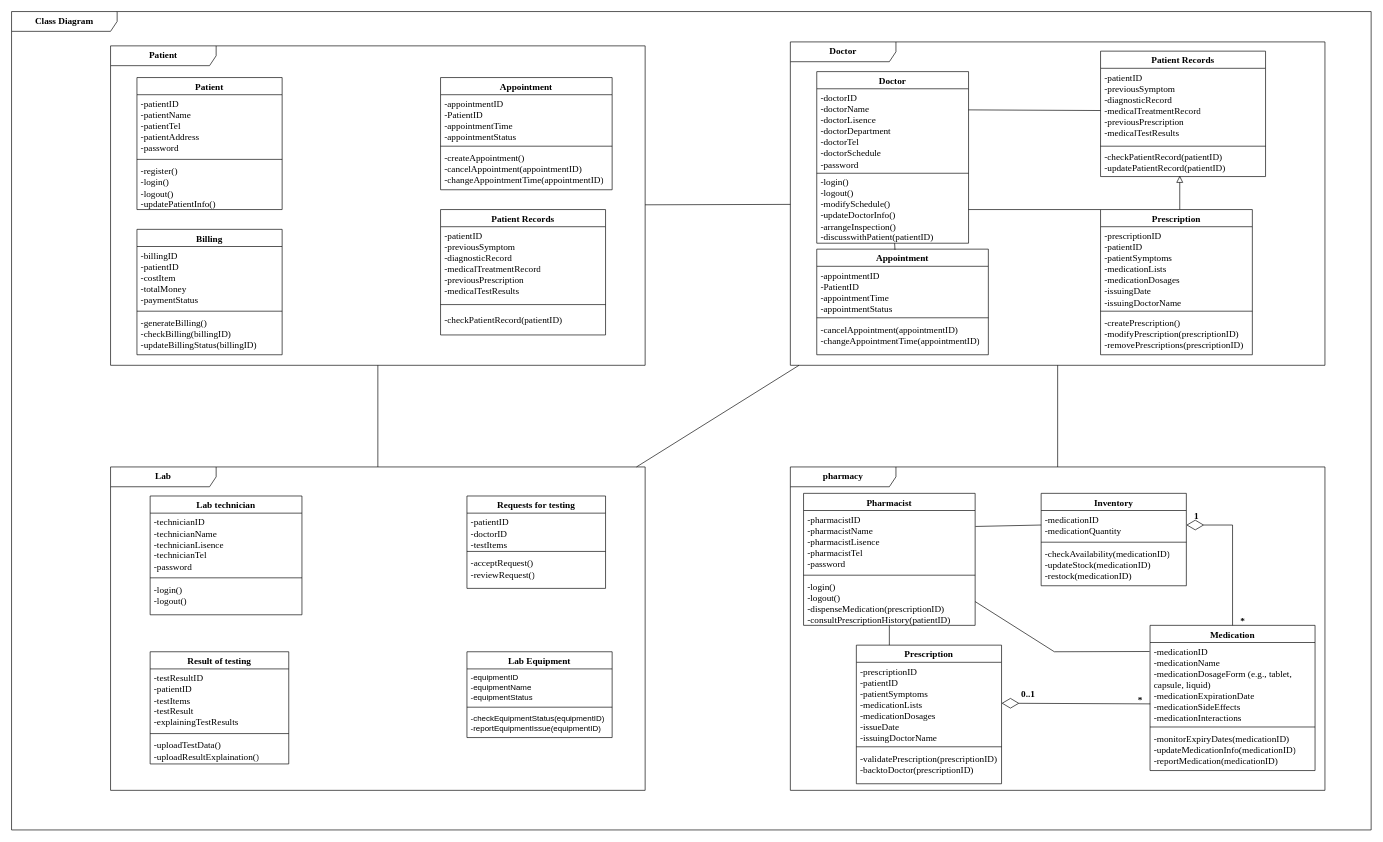
Before: Class Diagram.drawio in FOMOKN/Software-Engineering, a draw.io diagram. Source tidied: cells renumbered, new cells numbered last; positions are measured from the earlier drawing's top-left corner, leaving out a move shared by most shapes. Both pictures are drawn from the tidied source at 66%, with x=0, y=0 at pixel (11, 11).
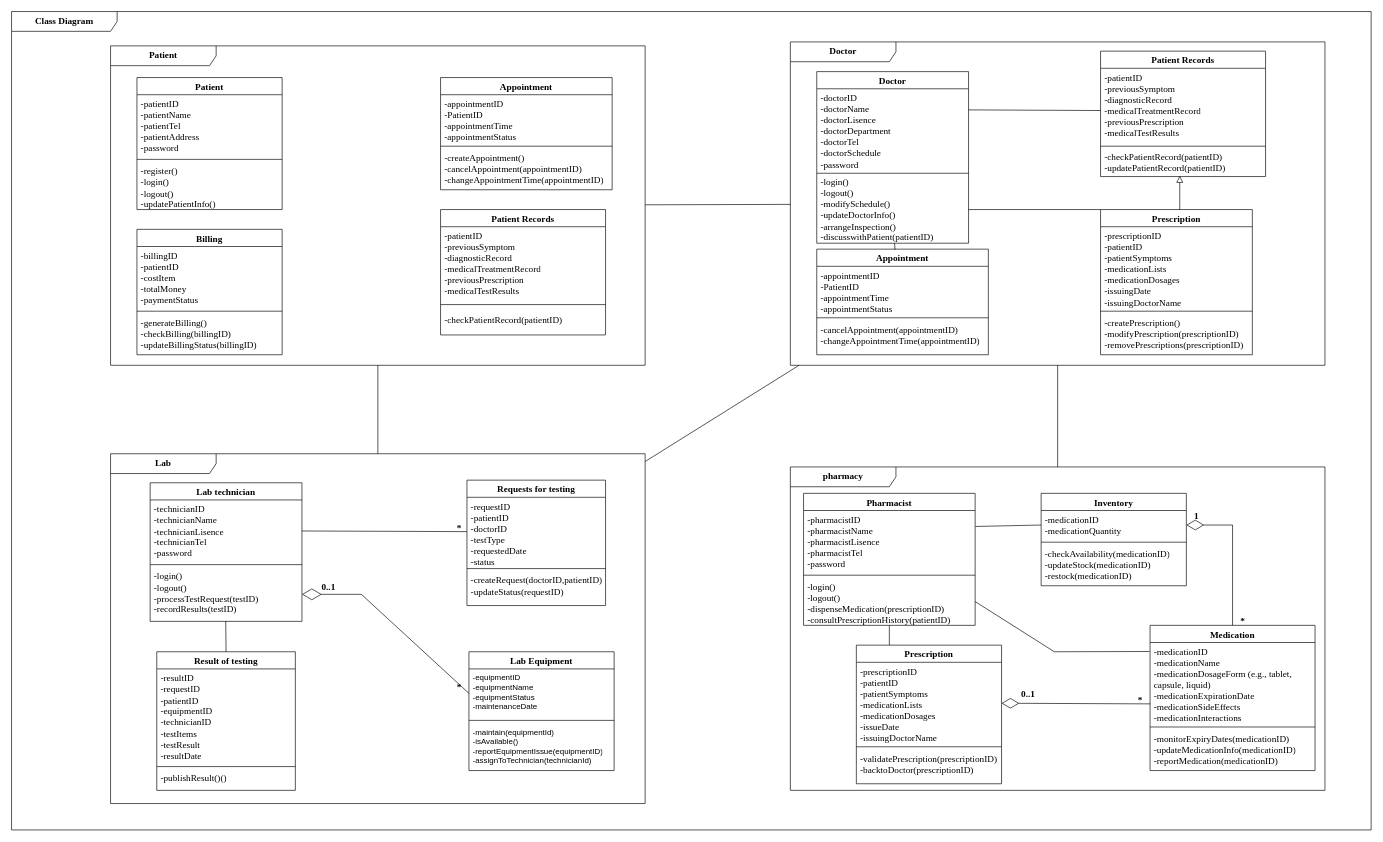
After the change.

Unchanged cells that the change refers to:
```xml
<mxCell id="2" value="&lt;font style=&quot;font-size: 14px;&quot; face=&quot;Times New Roman&quot;&gt;&lt;b&gt;Class Diagram&lt;/b&gt;&lt;/font&gt;" style="shape=umlFrame;whiteSpace=wrap;html=1;width=160;" parent="1" vertex="1">
  <mxGeometry width="2060" height="1240" as="geometry" />
</mxCell>
```

The edit, as a diff of the source:
```diff
@@
-    <mxCell id="3" value="&lt;b&gt;&lt;font face=&quot;Times New Roman&quot; style=&quot;font-size: 14px;&quot;&gt;Lab&lt;/font&gt;&lt;/b&gt;" style="shape=umlFrame;whiteSpace=wrap;html=1;width=160;" parent="2" vertex="1">
-      <mxGeometry x="150" y="690" width="810" height="490" as="geometry" />
-    </mxCell>
-    <mxCell id="4" value="&lt;font style=&quot;font-size: 14px;&quot; face=&quot;Times New Roman&quot;&gt;Requests for testing&lt;/font&gt;" style="swimlane;fontStyle=1;align=center;verticalAlign=top;horizontal=1;startSize=26;whiteSpace=wrap;html=1;" parent="3" vertex="1">
-      <mxGeometry x="540" y="44" width="210" height="140" as="geometry" />
-    </mxCell>
-    <mxCell id="5" value="-patientID&lt;br style=&quot;font-size: 14px;&quot;&gt;-doctorID&lt;br style=&quot;font-size: 14px;&quot;&gt;-testItems" style="text;strokeColor=none;fillColor=none;align=left;verticalAlign=top;spacingLeft=4;spacingRight=4;overflow=hidden;whiteSpace=wrap;html=1;fontFamily=Times New Roman;fontSize=14;" parent="4" vertex="1">
-      <mxGeometry y="26" width="210" height="54" as="geometry" />
-    </mxCell>
-    <mxCell id="6" style="line;strokeWidth=1;fillColor=none;align=left;verticalAlign=middle;spacingTop=-1;spacingLeft=3;spacingRight=3;labelPosition=right;strokeColor=inherit;" parent="4" vertex="1">
-      <mxGeometry y="80" width="210" height="8" as="geometry" />
-    </mxCell>
-    <mxCell id="7" value="-acceptRequest()&lt;br style=&quot;font-size: 14px;&quot;&gt;-reviewRequest()" style="text;strokeColor=none;fillColor=none;align=left;verticalAlign=top;spacingLeft=4;spacingRight=4;overflow=hidden;whiteSpace=wrap;html=1;fontFamily=Times New Roman;fontSize=14;" parent="4" vertex="1">
-      <mxGeometry y="88" width="210" height="52" as="geometry" />
-    </mxCell>
-    <mxCell id="8" value="&lt;font face=&quot;Times New Roman&quot;&gt;&lt;span style=&quot;font-size: 14px;&quot;&gt;Result of testing&lt;/span&gt;&lt;/font&gt;" style="swimlane;fontStyle=1;align=center;verticalAlign=top;horizontal=1;startSize=26;whiteSpace=wrap;html=1;" parent="3" vertex="1">
-      <mxGeometry x="60" y="280" width="210" height="170" as="geometry" />
-    </mxCell>
-    <mxCell id="9" value="-testResultID&lt;br style=&quot;font-size: 14px;&quot;&gt;-patientID&lt;br&gt;-testItems&lt;br style=&quot;font-size: 14px;&quot;&gt;-testResult&lt;br style=&quot;font-size: 14px;&quot;&gt;-explainingTestResults" style="text;strokeColor=none;fillColor=none;align=left;verticalAlign=top;spacingLeft=4;spacingRight=4;overflow=hidden;whiteSpace=wrap;html=1;fontFamily=Times New Roman;fontSize=14;" parent="8" vertex="1">
-      <mxGeometry y="26" width="210" height="94" as="geometry" />
-    </mxCell>
-    <mxCell id="10" style="line;strokeWidth=1;fillColor=none;align=left;verticalAlign=middle;spacingTop=-1;spacingLeft=3;spacingRight=3;labelPosition=right;strokeColor=inherit;" parent="8" vertex="1">
-      <mxGeometry y="120" width="210" height="8" as="geometry" />
-    </mxCell>
-    <mxCell id="11" value="-uploadTestData()&lt;br&gt;-uploadResultExplaination()" style="text;strokeColor=none;fillColor=none;align=left;verticalAlign=top;spacingLeft=4;spacingRight=4;overflow=hidden;whiteSpace=wrap;html=1;fontFamily=Times New Roman;fontSize=14;" parent="8" vertex="1">
-      <mxGeometry y="128" width="210" height="42" as="geometry" />
-    </mxCell>
-    <mxCell id="12" value="&lt;font style=&quot;font-size: 14px;&quot; face=&quot;Times New Roman&quot;&gt;Lab Equipment&lt;/font&gt;" style="swimlane;fontStyle=1;align=center;verticalAlign=top;horizontal=1;startSize=26;whiteSpace=wrap;html=1;" parent="3" vertex="1">
-      <mxGeometry x="540" y="280" width="220" height="130" as="geometry" />
-    </mxCell>
-    <mxCell id="13" value="-equipmentID&lt;br&gt;-equipmentName&lt;br&gt;-equipmentStatus" style="text;strokeColor=none;fillColor=none;align=left;verticalAlign=top;spacingLeft=4;spacingRight=4;overflow=hidden;whiteSpace=wrap;html=1;" parent="12" vertex="1">
-      <mxGeometry y="26" width="220" height="54" as="geometry" />
-    </mxCell>
-    <mxCell id="14" style="line;strokeWidth=1;fillColor=none;align=left;verticalAlign=middle;spacingTop=-1;spacingLeft=3;spacingRight=3;labelPosition=right;strokeColor=inherit;" parent="12" vertex="1">
-      <mxGeometry y="80" width="220" height="8" as="geometry" />
-    </mxCell>
-    <mxCell id="15" value="-checkEquipmentStatus(equipmentID)&lt;br&gt;-reportEquipmentIssue(equipmentID)" style="text;strokeColor=none;fillColor=none;align=left;verticalAlign=top;spacingLeft=4;spacingRight=4;overflow=hidden;whiteSpace=wrap;html=1;" parent="12" vertex="1">
-      <mxGeometry y="88" width="220" height="42" as="geometry" />
-    </mxCell>
-    <mxCell id="16" value="&lt;font style=&quot;font-size: 14px;&quot; face=&quot;Times New Roman&quot;&gt;Lab technician&lt;/font&gt;" style="swimlane;fontStyle=1;align=center;verticalAlign=top;horizontal=1;startSize=26;whiteSpace=wrap;html=1;" parent="3" vertex="1">
-      <mxGeometry x="60" y="44" width="230" height="180" as="geometry" />
-    </mxCell>
-    <mxCell id="17" value="&lt;font style=&quot;font-size: 14px;&quot; face=&quot;Times New Roman&quot;&gt;&lt;font style=&quot;font-size: 14px;&quot;&gt;-technicianID&lt;br&gt;-technicianName&lt;br&gt;-technicianLisence&lt;br&gt;-&lt;/font&gt;technicianTel&lt;br&gt;&lt;/font&gt;&lt;font style=&quot;font-size: 14px;&quot; face=&quot;Times New Roman&quot;&gt;-password&lt;br&gt;&lt;/font&gt;" style="text;strokeColor=none;fillColor=none;align=left;verticalAlign=top;spacingLeft=4;spacingRight=4;overflow=hidden;points=[[0,0.5],[1,0.5]];portConstraint=eastwest;whiteSpace=wrap;html=1;" parent="16" vertex="1">
-      <mxGeometry y="26" width="230" height="94" as="geometry" />
-    </mxCell>
-    <mxCell id="18" style="line;strokeWidth=1;fillColor=none;align=left;verticalAlign=middle;spacingTop=-1;spacingLeft=3;spacingRight=3;labelPosition=right;strokeColor=inherit;" parent="16" vertex="1">
-      <mxGeometry y="120" width="230" height="8" as="geometry" />
-    </mxCell>
-    <mxCell id="19" value="-login()&lt;br style=&quot;font-size: 14px;&quot;&gt;-logout()&lt;br style=&quot;font-size: 14px;&quot;&gt;" style="text;strokeColor=none;fillColor=none;align=left;verticalAlign=top;spacingLeft=4;spacingRight=4;overflow=hidden;whiteSpace=wrap;html=1;fontFamily=Times New Roman;fontSize=14;" parent="16" vertex="1">
-      <mxGeometry y="128" width="230" height="52" as="geometry" />
-    </mxCell>
@@
+    <mxCell id="3" value="&lt;b&gt;&lt;font face=&quot;Times New Roman&quot; style=&quot;font-size: 14px;&quot;&gt;Lab&lt;/font&gt;&lt;/b&gt;" style="shape=umlFrame;whiteSpace=wrap;html=1;width=160;" parent="2" vertex="1">
+      <mxGeometry x="150" y="670" width="810" height="530" as="geometry" />
+    </mxCell>
+    <mxCell id="88" value="*" style="text;html=1;align=center;verticalAlign=middle;strokeColor=none;fillColor=none;fontFamily=Times New Roman;fontSize=14;fontStyle=1;" parent="3" vertex="1">
+      <mxGeometry x="513" y="339" width="30" height="30" as="geometry" />
+    </mxCell>
+    <mxCell id="89" value="0..1" style="text;html=1;align=center;verticalAlign=middle;strokeColor=none;fillColor=none;fontSize=14;fontFamily=Times New Roman;fontStyle=1;" parent="3" vertex="1">
+      <mxGeometry x="310" y="188" width="40" height="30" as="geometry" />
+    </mxCell>
+    <mxCell id="4" value="&lt;font style=&quot;font-size: 14px;&quot; face=&quot;Times New Roman&quot;&gt;Requests for testing&lt;/font&gt;" style="swimlane;fontStyle=1;align=center;verticalAlign=top;horizontal=1;startSize=26;whiteSpace=wrap;html=1;" parent="2" vertex="1">
+      <mxGeometry x="690" y="710" width="210" height="190" as="geometry" />
+    </mxCell>
+    <mxCell id="90" value="-requestID&lt;br&gt;-patientID&lt;br&gt;-doctorID&lt;br style=&quot;border-color: var(--border-color);&quot;&gt;-testType&lt;br&gt;-requestedDate&lt;br&gt;-status" style="text;strokeColor=none;fillColor=none;align=left;verticalAlign=top;spacingLeft=4;spacingRight=4;overflow=hidden;points=[[0,0.5],[1,0.5]];portConstraint=eastwest;whiteSpace=wrap;html=1;fontFamily=Times New Roman;fontSize=14;" parent="4" vertex="1">
+      <mxGeometry y="26" width="210" height="104" as="geometry" />
+    </mxCell>
+    <mxCell id="91" style="line;strokeWidth=1;fillColor=none;align=left;verticalAlign=middle;spacingTop=-1;spacingLeft=3;spacingRight=3;labelPosition=right;strokeColor=inherit;" parent="4" vertex="1">
+      <mxGeometry y="130" width="210" height="8" as="geometry" />
+    </mxCell>
+    <mxCell id="92" value="-createRequest(doctorID,patientID)&lt;br style=&quot;font-size: 14px;&quot;&gt;-updateStatus(requestID)" style="text;strokeColor=none;fillColor=none;align=left;verticalAlign=top;spacingLeft=4;spacingRight=4;overflow=hidden;whiteSpace=wrap;html=1;fontFamily=Times New Roman;fontSize=14;" parent="4" vertex="1">
+      <mxGeometry y="138" width="210" height="52" as="geometry" />
+    </mxCell>
+    <mxCell id="8" value="&lt;font face=&quot;Times New Roman&quot;&gt;&lt;span style=&quot;font-size: 14px;&quot;&gt;Result of testing&lt;/span&gt;&lt;/font&gt;" style="swimlane;fontStyle=1;align=center;verticalAlign=top;horizontal=1;startSize=26;whiteSpace=wrap;html=1;" parent="2" vertex="1">
+      <mxGeometry x="220" y="970" width="210" height="210" as="geometry" />
+    </mxCell>
+    <mxCell id="93" value="-resultID&lt;br&gt;-requestID&lt;br style=&quot;font-size: 14px;&quot;&gt;-patientID&lt;br&gt;-equipmentID&lt;br&gt;-technicianID&lt;br&gt;-testItems&lt;br style=&quot;font-size: 14px;&quot;&gt;-testResult&lt;br&gt;-resultDate" style="text;strokeColor=none;fillColor=none;align=left;verticalAlign=top;spacingLeft=4;spacingRight=4;overflow=hidden;whiteSpace=wrap;html=1;fontFamily=Times New Roman;fontSize=14;" parent="8" vertex="1">
+      <mxGeometry y="26" width="210" height="144" as="geometry" />
+    </mxCell>
+    <mxCell id="94" style="line;strokeWidth=1;fillColor=none;align=left;verticalAlign=middle;spacingTop=-1;spacingLeft=3;spacingRight=3;labelPosition=right;strokeColor=inherit;" parent="8" vertex="1">
+      <mxGeometry y="170" width="210" height="8" as="geometry" />
+    </mxCell>
+    <mxCell id="95" value="-publishResult()()" style="text;strokeColor=none;fillColor=none;align=left;verticalAlign=top;spacingLeft=4;spacingRight=4;overflow=hidden;whiteSpace=wrap;html=1;fontFamily=Times New Roman;fontSize=14;" parent="8" vertex="1">
+      <mxGeometry y="178" width="210" height="32" as="geometry" />
+    </mxCell>
+    <mxCell id="12" value="&lt;font style=&quot;font-size: 14px;&quot; face=&quot;Times New Roman&quot;&gt;Lab Equipment&lt;/font&gt;" style="swimlane;fontStyle=1;align=center;verticalAlign=top;horizontal=1;startSize=26;whiteSpace=wrap;html=1;" parent="2" vertex="1">
+      <mxGeometry x="693" y="970" width="220" height="180" as="geometry" />
+    </mxCell>
+    <mxCell id="96" value="-equipmentID&lt;br&gt;-equipmentName&lt;br&gt;-equipmentStatus&lt;br&gt;-maintenanceDate" style="text;strokeColor=none;fillColor=none;align=left;verticalAlign=top;spacingLeft=4;spacingRight=4;overflow=hidden;points=[[0,0.5],[1,0.5]];portConstraint=eastwest;whiteSpace=wrap;html=1;" parent="12" vertex="1">
+      <mxGeometry y="26" width="220" height="74" as="geometry" />
+    </mxCell>
+    <mxCell id="97" style="line;strokeWidth=1;fillColor=none;align=left;verticalAlign=middle;spacingTop=-1;spacingLeft=3;spacingRight=3;labelPosition=right;strokeColor=inherit;" parent="12" vertex="1">
+      <mxGeometry y="100" width="220" height="8" as="geometry" />
+    </mxCell>
+    <mxCell id="98" value="-maintain(equipmentId)&lt;br&gt;-isAvailable()&lt;br&gt;-reportEquipmentIssue(equipmentID)&lt;br&gt;-assignToTechnician(technicianId)" style="text;strokeColor=none;fillColor=none;align=left;verticalAlign=top;spacingLeft=4;spacingRight=4;overflow=hidden;whiteSpace=wrap;html=1;" parent="12" vertex="1">
+      <mxGeometry y="108" width="220" height="72" as="geometry" />
+    </mxCell>
+    <mxCell id="16" value="&lt;font style=&quot;font-size: 14px;&quot; face=&quot;Times New Roman&quot;&gt;Lab technician&lt;/font&gt;" style="swimlane;fontStyle=1;align=center;verticalAlign=top;horizontal=1;startSize=26;whiteSpace=wrap;html=1;" parent="2" vertex="1">
+      <mxGeometry x="210" y="714" width="230" height="210" as="geometry" />
+    </mxCell>
+    <mxCell id="17" value="&lt;font style=&quot;font-size: 14px;&quot; face=&quot;Times New Roman&quot;&gt;&lt;font style=&quot;font-size: 14px;&quot;&gt;-technicianID&lt;br&gt;-technicianName&lt;br&gt;-technicianLisence&lt;br&gt;-&lt;/font&gt;technicianTel&lt;br&gt;&lt;/font&gt;&lt;font style=&quot;font-size: 14px;&quot; face=&quot;Times New Roman&quot;&gt;-password&lt;br&gt;&lt;/font&gt;" style="text;strokeColor=none;fillColor=none;align=left;verticalAlign=top;spacingLeft=4;spacingRight=4;overflow=hidden;points=[[0,0.5],[1,0.5]];portConstraint=eastwest;whiteSpace=wrap;html=1;" parent="16" vertex="1">
+      <mxGeometry y="26" width="230" height="94" as="geometry" />
+    </mxCell>
+    <mxCell id="18" style="line;strokeWidth=1;fillColor=none;align=left;verticalAlign=middle;spacingTop=-1;spacingLeft=3;spacingRight=3;labelPosition=right;strokeColor=inherit;" parent="16" vertex="1">
+      <mxGeometry y="120" width="230" height="8" as="geometry" />
+    </mxCell>
+    <mxCell id="99" value="-login()&lt;br style=&quot;font-size: 14px;&quot;&gt;-logout()&lt;br&gt;&lt;div&gt;-processTestRequest(testID)&lt;/div&gt;&lt;div&gt;-recordResults(testID)&lt;/div&gt;" style="text;strokeColor=none;fillColor=none;align=left;verticalAlign=top;spacingLeft=4;spacingRight=4;overflow=hidden;points=[[0,0.5],[1,0.5]];portConstraint=eastwest;whiteSpace=wrap;html=1;fontFamily=Times New Roman;fontSize=14;" parent="16" vertex="1">
+      <mxGeometry y="128" width="230" height="82" as="geometry" />
+    </mxCell>
+    <mxCell id="100" style="endArrow=none;html=1;rounded=0;entryX=0;entryY=0.5;entryDx=0;entryDy=0;startArrow=diamondThin;startFill=0;startSize=27;" parent="2" edge="1" source="99" target="96">
+      <mxGeometry relative="1" as="geometry">
+        <Array as="points">
+          <mxPoint x="530" y="883" />
+        </Array>
+      </mxGeometry>
+    </mxCell>
+    <mxCell id="101" style="endArrow=none;html=1;rounded=0;entryX=0.498;entryY=0.993;entryDx=0;entryDy=0;entryPerimeter=0;exitX=0.5;exitY=0;exitDx=0;exitDy=0;" parent="2" edge="1" source="8" target="99">
+      <mxGeometry relative="1" as="geometry" />
+    </mxCell>
+    <mxCell id="102" style="endArrow=none;html=1;rounded=0;exitX=1;exitY=0.5;exitDx=0;exitDy=0;entryX=0;entryY=0.5;entryDx=0;entryDy=0;" parent="2" edge="1" source="17" target="90">
+      <mxGeometry relative="1" as="geometry" />
+    </mxCell>
+    <mxCell id="103" value="*" style="text;html=1;align=center;verticalAlign=middle;strokeColor=none;fillColor=none;fontFamily=Times New Roman;fontSize=14;fontStyle=1;" parent="2" vertex="1">
+      <mxGeometry x="663" y="768" width="30" height="30" as="geometry" />
+    </mxCell>
```
